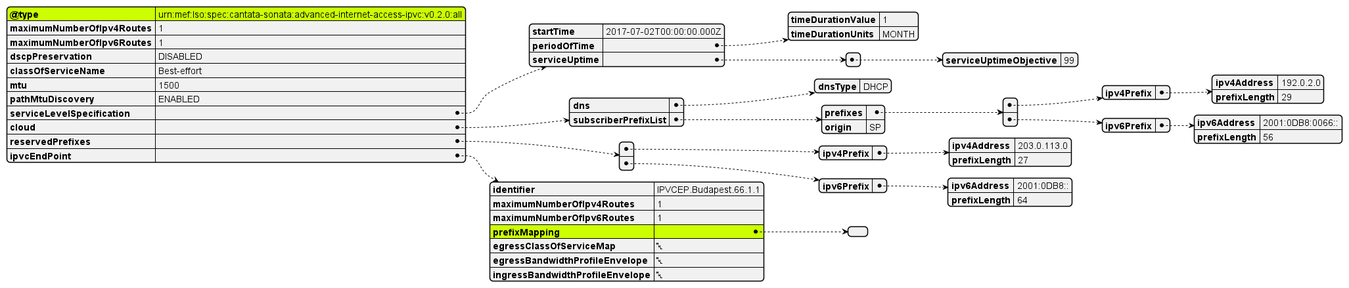
This is documentation/productSchema/ip/internetAccess/MEF 139 resources/media/useCases/uc3IPVC.png from MEF-GIT/MEF-LSO-Sonata-SDK, a PlantUML export, as it was before one commit.
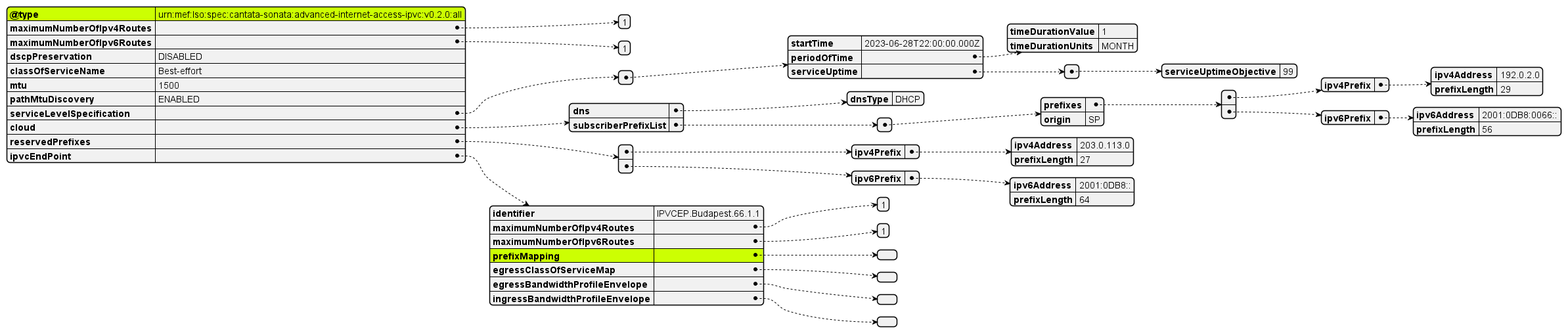
Later version of the same file.

Diff of the diagram source:
```diff
@@ -4,45 +4,49 @@
 #highlight "ipvcEndPoint" / "prefixMapping"
 {
   "@type": "urn:mef:lso:spec:cantata-sonata:advanced-internet-access-ipvc:v0.2.0:all",
-  "maximumNumberOfIpv4Routes": 1,
-  "maximumNumberOfIpv6Routes": 1,
+  "maximumNumberOfIpv4Routes": [1],
+  "maximumNumberOfIpv6Routes": [1],
   "dscpPreservation": "DISABLED",
   "classOfServiceName": "Best-effort",
   "mtu": 1500,
   "pathMtuDiscovery": "ENABLED",
-  "serviceLevelSpecification": {
-    "startTime": "2017-07-02T00:00:00.000Z",
-    "periodOfTime": {
-      "timeDurationValue": 1,
-      "timeDurationUnits": "MONTH"
-    },
-    "serviceUptime": [
-      {
-        "serviceUptimeObjective": 99
-      }
-    ]
-  },
+  "serviceLevelSpecification": [
+    {
+      "startTime": "2023-06-28T22:00:00.000Z",
+      "periodOfTime": {
+        "timeDurationValue": 1,
+        "timeDurationUnits": "MONTH"
+      },
+      "serviceUptime": [
+        {
+          "serviceUptimeObjective": 99
+        }
+      ]
+    }
+  ],
   "cloud": {
     "dns": {
       "dnsType": "DHCP"
     },
-    "subscriberPrefixList": {
-      "prefixes": [
-        {
-          "ipv4Prefix": {
-            "ipv4Address": "192.0.2.0",
-            "prefixLength": 29
+    "subscriberPrefixList": [
+      {
+        "prefixes": [
+          {
+            "ipv4Prefix": {
+              "ipv4Address": "192.0.2.0",
+              "prefixLength": 29
+            }
+          },
+          {
+            "ipv6Prefix": {
+              "ipv6Address": "2001:0DB8:0066::",
+              "prefixLength": 56
+            }
           }
-        },
-        {
-          "ipv6Prefix": {
-            "ipv6Address": "2001:0DB8:0066::",
-            "prefixLength": 56
-          }
-        }
-      ],
-      "origin": "SP"
-    }
+        ],
+        "origin": "SP"
+      }
+    ]
   },
   "reservedPrefixes": [
     {
@@ -60,12 +64,12 @@
   ],
   "ipvcEndPoint": {
     "identifier": "IPVCEP.Budapest.66.1.1",
-    "maximumNumberOfIpv4Routes": 1,
-    "maximumNumberOfIpv6Routes": 1,
+    "maximumNumberOfIpv4Routes": [1],
+    "maximumNumberOfIpv6Routes": [1],
     "prefixMapping": [],
-    "egressClassOfServiceMap": null,
-    "egressBandwidthProfileEnvelope": null,
-    "ingressBandwidthProfileEnvelope": null
+    "egressClassOfServiceMap": [],
+    "egressBandwidthProfileEnvelope": [],
+    "ingressBandwidthProfileEnvelope": []
   }
 }
 
```
